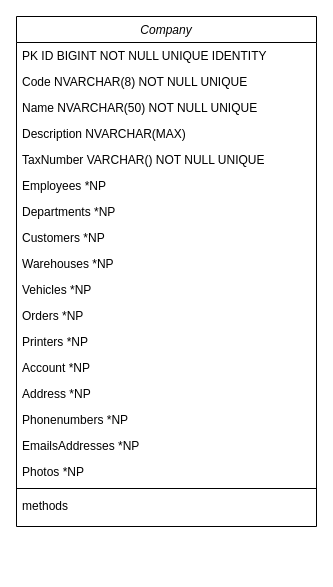
Before: resources/diagrams/Class_Diagram.drawio in mjalbdour/mini_invoicer, a draw.io diagram. Source tidied: cells renumbered, new cells numbered last; positions are measured from the earlier drawing's top-left corner, leaving out a move shared by most shapes. Both pictures are drawn from the tidied source at 100%, with x=0, y=0 at pixel (16, 16).
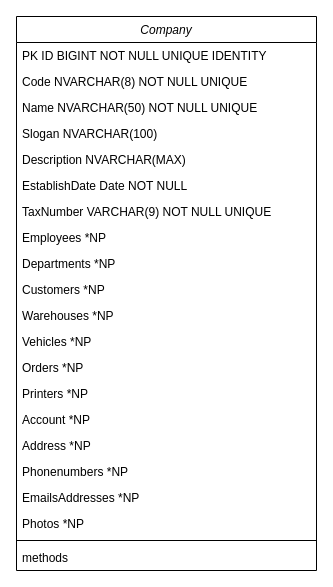
The same diagram, later.

Commit message:
added company class

What changed in the source:
```diff
@@
     <mxCell id="2" value="Company" style="swimlane;fontStyle=2;align=center;verticalAlign=top;horizontal=1;startSize=26;rounded=0;shadow=0;strokeWidth=1;" parent="1" vertex="1">
-      <mxGeometry width="300" height="510" as="geometry" />
+      <mxGeometry width="300" height="554" as="geometry" />
     </mxCell>
@@
+    <mxCell id="22" value="Slogan NVARCHAR(100)" style="text;align=left;verticalAlign=top;spacingLeft=4;spacingRight=4;overflow=hidden;" parent="2" vertex="1">
+      <mxGeometry y="104" width="300" height="26" as="geometry" />
+    </mxCell>
     <mxCell id="6" value="Description NVARCHAR(MAX)" style="text;align=left;verticalAlign=top;spacingLeft=4;spacingRight=4;overflow=hidden;" parent="2" vertex="1">
-      <mxGeometry y="104" width="300" height="26" as="geometry" />
+      <mxGeometry y="130" width="300" height="26" as="geometry" />
     </mxCell>
+    <mxCell id="23" value="EstablishDate Date NOT NULL" style="text;align=left;verticalAlign=top;spacingLeft=4;spacingRight=4;overflow=hidden;rounded=0;shadow=0;html=0;" parent="2" vertex="1">
+      <mxGeometry y="156" width="300" height="26" as="geometry" />
+    </mxCell>
-    <mxCell id="7" value="TaxNumber VARCHAR() NOT NULL UNIQUE" style="text;align=left;verticalAlign=top;spacingLeft=4;spacingRight=4;overflow=hidden;rounded=0;shadow=0;html=0;" parent="2" vertex="1">
-      <mxGeometry y="130" width="300" height="26" as="geometry" />
+    <mxCell id="7" value="TaxNumber VARCHAR(9) NOT NULL UNIQUE" style="text;align=left;verticalAlign=top;spacingLeft=4;spacingRight=4;overflow=hidden;rounded=0;shadow=0;html=0;" parent="2" vertex="1">
+      <mxGeometry y="182" width="300" height="26" as="geometry" />
     </mxCell>
     <mxCell id="8" value="Employees *NP" style="text;align=left;verticalAlign=top;spacingLeft=4;spacingRight=4;overflow=hidden;rounded=0;shadow=0;html=0;" parent="2" vertex="1">
-      <mxGeometry y="156" width="300" height="26" as="geometry" />
+      <mxGeometry y="208" width="300" height="26" as="geometry" />
     </mxCell>
     <mxCell id="9" value="Departments *NP" style="text;align=left;verticalAlign=top;spacingLeft=4;spacingRight=4;overflow=hidden;rounded=0;shadow=0;html=0;" parent="2" vertex="1">
-      <mxGeometry y="182" width="300" height="26" as="geometry" />
+      <mxGeometry y="234" width="300" height="26" as="geometry" />
     </mxCell>
     <mxCell id="10" value="Customers *NP" style="text;align=left;verticalAlign=top;spacingLeft=4;spacingRight=4;overflow=hidden;rounded=0;shadow=0;html=0;" parent="2" vertex="1">
-      <mxGeometry y="208" width="300" height="26" as="geometry" />
+      <mxGeometry y="260" width="300" height="26" as="geometry" />
     </mxCell>
     <mxCell id="11" value="Warehouses *NP" style="text;align=left;verticalAlign=top;spacingLeft=4;spacingRight=4;overflow=hidden;rounded=0;shadow=0;html=0;" parent="2" vertex="1">
-      <mxGeometry y="234" width="300" height="26" as="geometry" />
+      <mxGeometry y="286" width="300" height="26" as="geometry" />
     </mxCell>
     <mxCell id="12" value="Vehicles *NP" style="text;align=left;verticalAlign=top;spacingLeft=4;spacingRight=4;overflow=hidden;rounded=0;shadow=0;html=0;" parent="2" vertex="1">
-      <mxGeometry y="260" width="300" height="26" as="geometry" />
+      <mxGeometry y="312" width="300" height="26" as="geometry" />
     </mxCell>
     <mxCell id="13" value="Orders *NP" style="text;align=left;verticalAlign=top;spacingLeft=4;spacingRight=4;overflow=hidden;rounded=0;shadow=0;html=0;" parent="2" vertex="1">
-      <mxGeometry y="286" width="300" height="26" as="geometry" />
+      <mxGeometry y="338" width="300" height="26" as="geometry" />
     </mxCell>
     <mxCell id="14" value="Printers *NP" style="text;align=left;verticalAlign=top;spacingLeft=4;spacingRight=4;overflow=hidden;rounded=0;shadow=0;html=0;" parent="2" vertex="1">
-      <mxGeometry y="312" width="300" height="26" as="geometry" />
+      <mxGeometry y="364" width="300" height="26" as="geometry" />
     </mxCell>
     <mxCell id="15" value="Account *NP" style="text;align=left;verticalAlign=top;spacingLeft=4;spacingRight=4;overflow=hidden;rounded=0;shadow=0;html=0;" parent="2" vertex="1">
-      <mxGeometry y="338" width="300" height="26" as="geometry" />
+      <mxGeometry y="390" width="300" height="26" as="geometry" />
     </mxCell>
     <mxCell id="16" value="Address *NP" style="text;align=left;verticalAlign=top;spacingLeft=4;spacingRight=4;overflow=hidden;" parent="2" vertex="1">
-      <mxGeometry y="364" width="300" height="26" as="geometry" />
+      <mxGeometry y="416" width="300" height="26" as="geometry" />
     </mxCell>
     <mxCell id="17" value="Phonenumbers *NP" style="text;align=left;verticalAlign=top;spacingLeft=4;spacingRight=4;overflow=hidden;rounded=0;shadow=0;html=0;" parent="2" vertex="1">
-      <mxGeometry y="390" width="300" height="26" as="geometry" />
+      <mxGeometry y="442" width="300" height="26" as="geometry" />
     </mxCell>
     <mxCell id="18" value="EmailsAddresses *NP" style="text;align=left;verticalAlign=top;spacingLeft=4;spacingRight=4;overflow=hidden;rounded=0;shadow=0;html=0;" parent="2" vertex="1">
-      <mxGeometry y="416" width="300" height="26" as="geometry" />
+      <mxGeometry y="468" width="300" height="26" as="geometry" />
     </mxCell>
     <mxCell id="19" value="Photos *NP" style="text;align=left;verticalAlign=top;spacingLeft=4;spacingRight=4;overflow=hidden;" parent="2" vertex="1">
-      <mxGeometry y="442" width="300" height="26" as="geometry" />
+      <mxGeometry y="494" width="300" height="26" as="geometry" />
     </mxCell>
     <mxCell id="20" style="line;html=1;strokeWidth=1;align=left;verticalAlign=middle;spacingTop=-1;spacingLeft=3;spacingRight=3;labelPosition=right;" parent="2" vertex="1">
-      <mxGeometry y="468" width="300" height="8" as="geometry" />
+      <mxGeometry y="520" width="300" height="8" as="geometry" />
     </mxCell>
     <mxCell id="21" value="methods" style="text;align=left;verticalAlign=top;spacingLeft=4;spacingRight=4;overflow=hidden;" parent="2" vertex="1">
-      <mxGeometry y="476" width="300" height="26" as="geometry" />
+      <mxGeometry y="528" width="300" height="26" as="geometry" />
     </mxCell>
```
